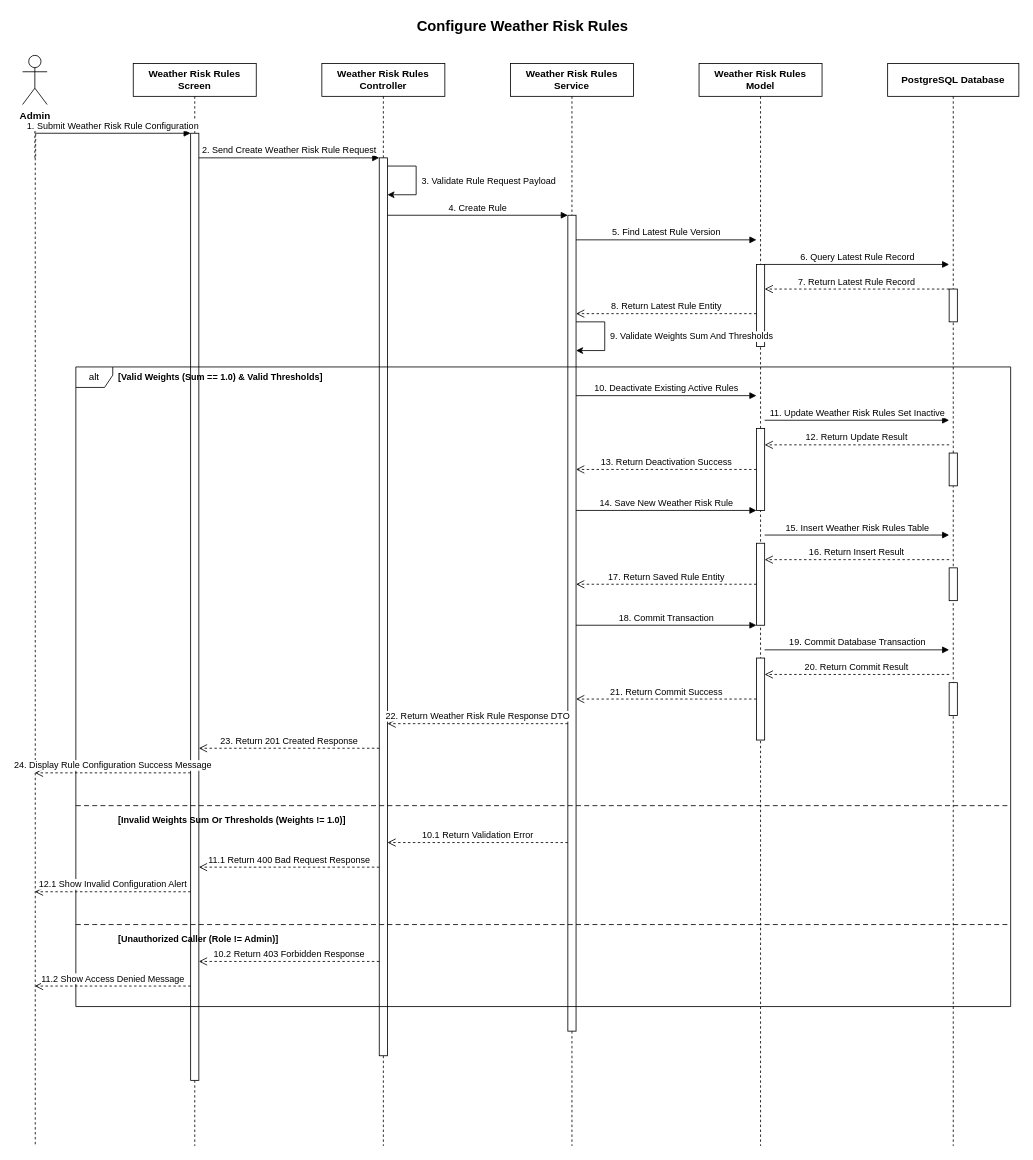
Before: docs/sequence-diagrams/CTMS-20-Configure-Weather-Risk-Rules.drawio in SEM9-CAPSTONE/CTMS, a draw.io diagram. Source tidied: cells renumbered, new cells numbered last; positions are measured from the earlier drawing's top-left corner, leaving out a move shared by most shapes. Both pictures are drawn from the tidied source at 82%, with x=0, y=0 at pixel (22, 14).
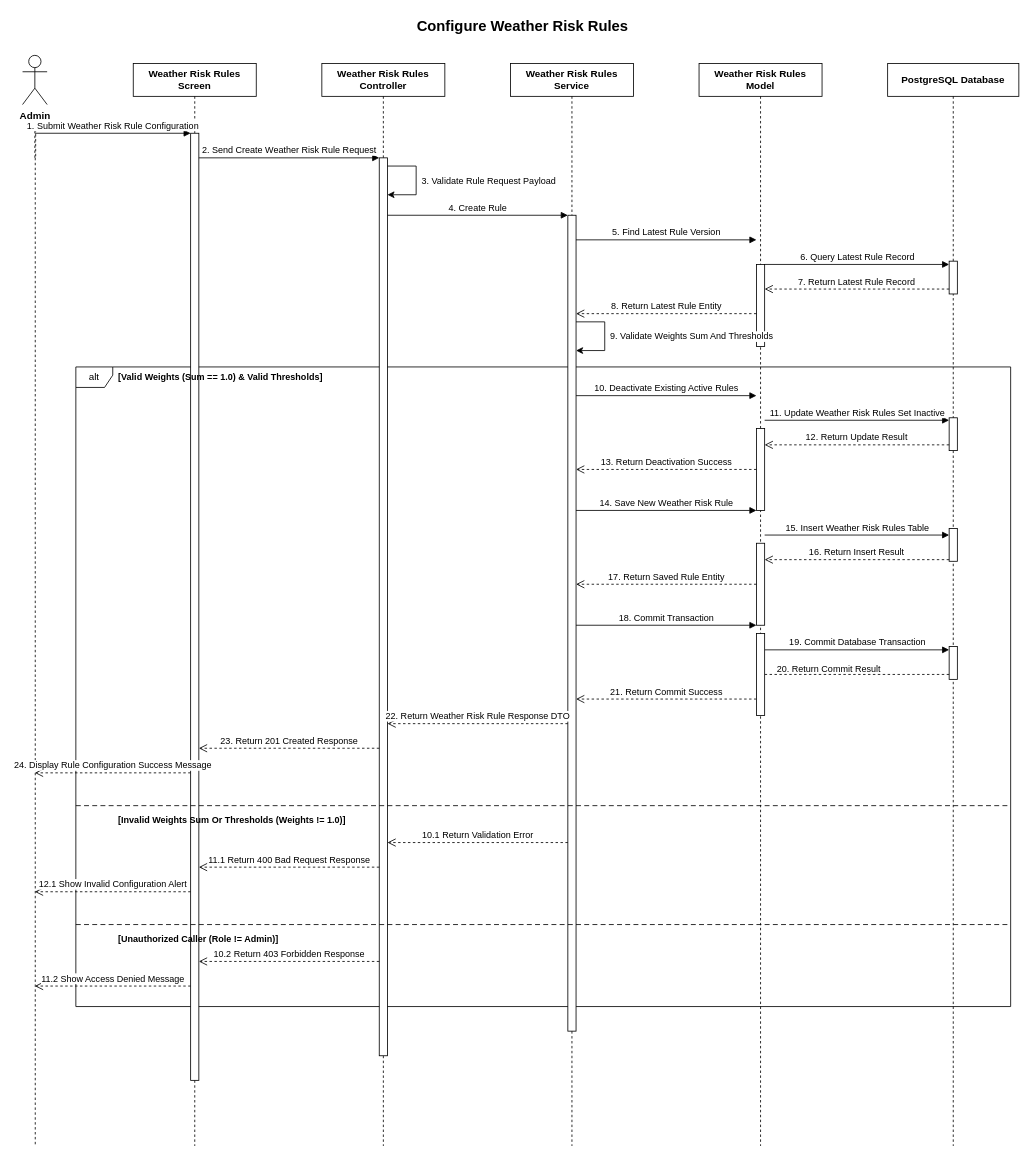
Above is the later version.

Commit message:
docs: adjust lifeline activation in weather risk rules sequence diagram

The change refers to these unchanged cells:
```xml
<mxCell id="11" value="Weather Risk Rules Model" style="shape=umlLifeline;perimeter=lifelinePerimeter;whiteSpace=wrap;html=1;fillColor=#ffffff;strokeColor=#000000;fontColor=#000000;fontStyle=1;" parent="1" vertex="1">
  <mxGeometry x="825" y="60" width="150" height="1320" as="geometry" />
</mxCell>
<mxCell id="16" value="PostgreSQL Database" style="shape=umlLifeline;perimeter=lifelinePerimeter;whiteSpace=wrap;html=1;fillColor=#ffffff;strokeColor=#000000;fontColor=#000000;fontStyle=1;" parent="1" vertex="1">
  <mxGeometry x="1055" y="60" width="160" height="1320" as="geometry" />
</mxCell>
```

What changed in the source:
```diff
@@
+    <mxCell id="30" value="alt" style="shape=umlFrame;whiteSpace=wrap;html=1;strokeColor=#000000;fillColor=none;fontColor=#000000;width=45;height=25;" parent="1" vertex="1">
+      <mxGeometry x="65" y="430" width="1140" height="780" as="geometry" />
+    </mxCell>
@@
-    <mxCell id="15" style="html=1;points=[];perimeter=orthogonalPerimeter;outlineConnect=0;targetShapes=umlLifeline;portConstraint=eastwest;fillColor=#ffffff;strokeColor=#000000;" parent="11" vertex="1">
-      <mxGeometry x="70" y="725" width="10" height="100" as="geometry" />
-    </mxCell>
@@
     <mxCell id="17" style="html=1;perimeter=orthogonalPerimeter;targetShapes=umlLifeline;fillColor=#ffffff;strokeColor=#000000;" parent="16" vertex="1">
-      <mxGeometry x="75" y="275" width="10" height="40" as="geometry" />
+      <mxGeometry x="75" y="241" width="10" height="40" as="geometry" />
     </mxCell>
     <mxCell id="18" style="html=1;perimeter=orthogonalPerimeter;targetShapes=umlLifeline;fillColor=#ffffff;strokeColor=#000000;" parent="16" vertex="1">
-      <mxGeometry x="75" y="475" width="10" height="40" as="geometry" />
+      <mxGeometry x="75" y="432" width="10" height="40" as="geometry" />
     </mxCell>
     <mxCell id="19" style="html=1;perimeter=orthogonalPerimeter;targetShapes=umlLifeline;fillColor=#ffffff;strokeColor=#000000;" parent="16" vertex="1">
-      <mxGeometry x="75" y="615" width="10" height="40" as="geometry" />
+      <mxGeometry x="75" y="567" width="10" height="40" as="geometry" />
     </mxCell>
     <mxCell id="20" style="html=1;perimeter=orthogonalPerimeter;targetShapes=umlLifeline;fillColor=#ffffff;strokeColor=#000000;" parent="16" vertex="1">
-      <mxGeometry x="75" y="755" width="10" height="40" as="geometry" />
+      <mxGeometry x="75" y="711" width="10" height="40" as="geometry" />
     </mxCell>
@@
-    <mxCell id="30" value="alt" style="shape=umlFrame;whiteSpace=wrap;html=1;strokeColor=#000000;fillColor=none;fontColor=#000000;width=45;height=25;" parent="1" vertex="1">
-      <mxGeometry x="65" y="430" width="1140" height="780" as="geometry" />
-    </mxCell>
@@
-    <mxCell id="42" value="20. Return Commit Result" style="html=1;verticalAlign=bottom;endArrow=open;dashed=1;endSize=8;edgeStyle=none;rounded=0;strokeColor=#000000;fontColor=#000000;fillColor=none;labelBackgroundColor=#ffffff;" parent="1" edge="1">
-      <mxGeometry relative="1" as="geometry">
-        <mxPoint x="1130" y="805" as="sourcePoint" />
+    <mxCell id="42" value="20. Return Commit Result" style="html=1;verticalAlign=bottom;endArrow=open;dashed=1;endSize=8;edgeStyle=none;rounded=0;strokeColor=#000000;fontColor=#000000;fillColor=none;labelBackgroundColor=#ffffff;startArrow=none;" parent="1" edge="1" source="15">
+      <mxGeometry y="78" relative="1" as="geometry">
         <mxPoint x="905" y="805" as="targetPoint" />
+        <mxPoint x="78" y="2" as="offset" />
       </mxGeometry>
     </mxCell>
@@
+    <mxCell id="56" style="html=1;verticalAlign=bottom;endArrow=none;dashed=1;endSize=8;edgeStyle=none;rounded=0;strokeColor=#000000;fontColor=#000000;fillColor=none;labelBackgroundColor=#ffffff;" parent="1" edge="1" target="15">
+      <mxGeometry relative="1" as="geometry">
+        <mxPoint x="1130" y="805" as="sourcePoint" />
+      </mxGeometry>
+    </mxCell>
+    <mxCell id="15" style="html=1;points=[];perimeter=orthogonalPerimeter;outlineConnect=0;targetShapes=umlLifeline;portConstraint=eastwest;fillColor=#ffffff;strokeColor=#000000;" parent="1" vertex="1">
+      <mxGeometry x="895" y="755" width="10" height="100" as="geometry" />
+    </mxCell>
```
